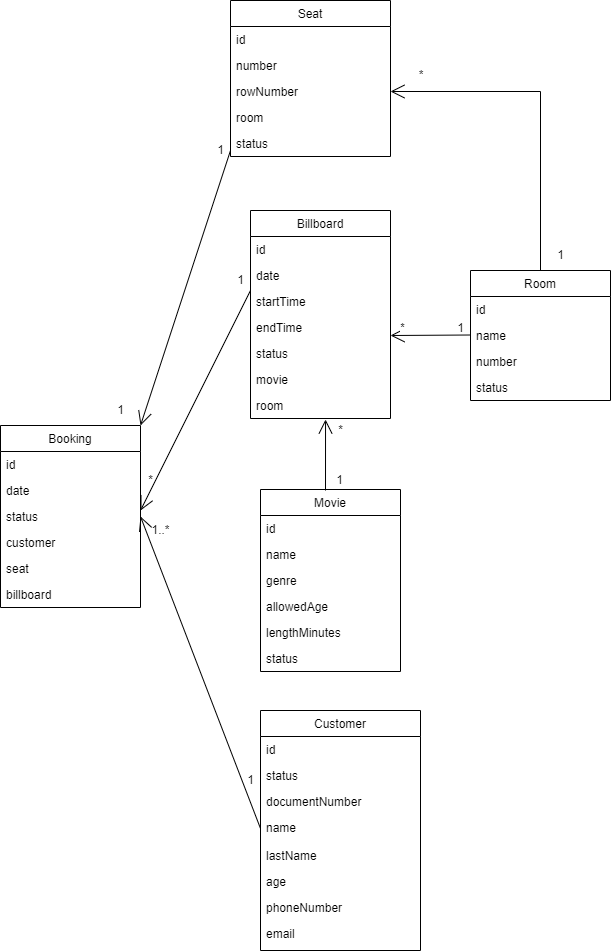
Before: src/assets/assesment.png, a diagram exported from draw.io (alex-romac/prueba-front). Source tidied: cells renumbered, new cells last; positions are measured from the earlier drawing's top-left corner, leaving out a move shared by most shapes.
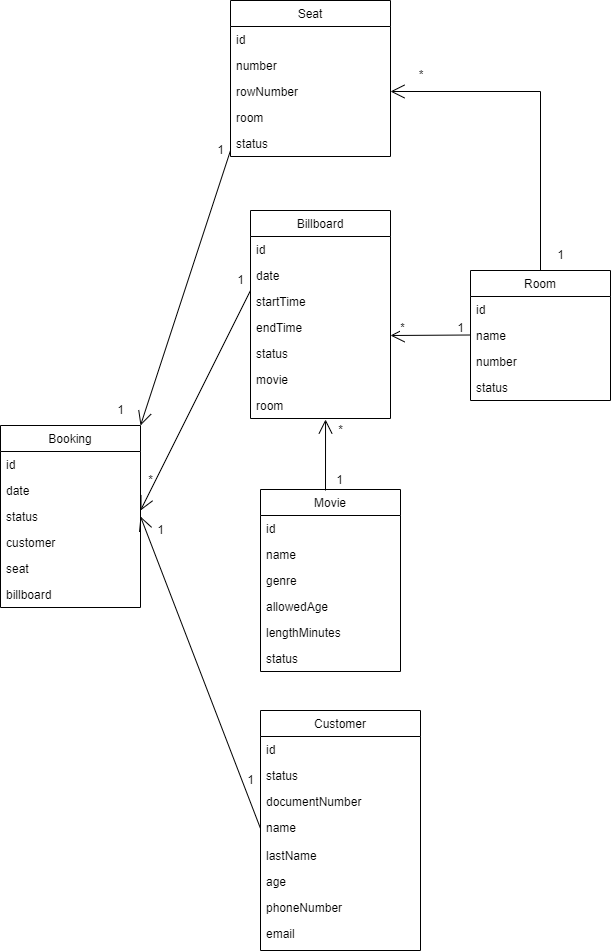
Later version of the same file.

Change to the diagram source:
```diff
@@ -193,8 +193,8 @@
     <mxCell id="60" value="1" style="text;html=1;align=center;verticalAlign=middle;strokeColor=none;fillColor=none;" parent="1" vertex="1">
       <mxGeometry x="235" y="765" width="30" height="30" as="geometry" />
     </mxCell>
-    <mxCell id="61" value="1..*" style="text;html=1;align=center;verticalAlign=middle;strokeColor=none;fillColor=none;" parent="1" vertex="1">
-      <mxGeometry x="140" y="515" width="40" height="30" as="geometry" />
+    <mxCell id="61" value="1" style="text;html=1;align=center;verticalAlign=middle;strokeColor=none;fillColor=none;" parent="1" vertex="1">
+      <mxGeometry x="145" y="515" width="30" height="30" as="geometry" />
     </mxCell>
   </root>
 </mxGraphModel>
```
